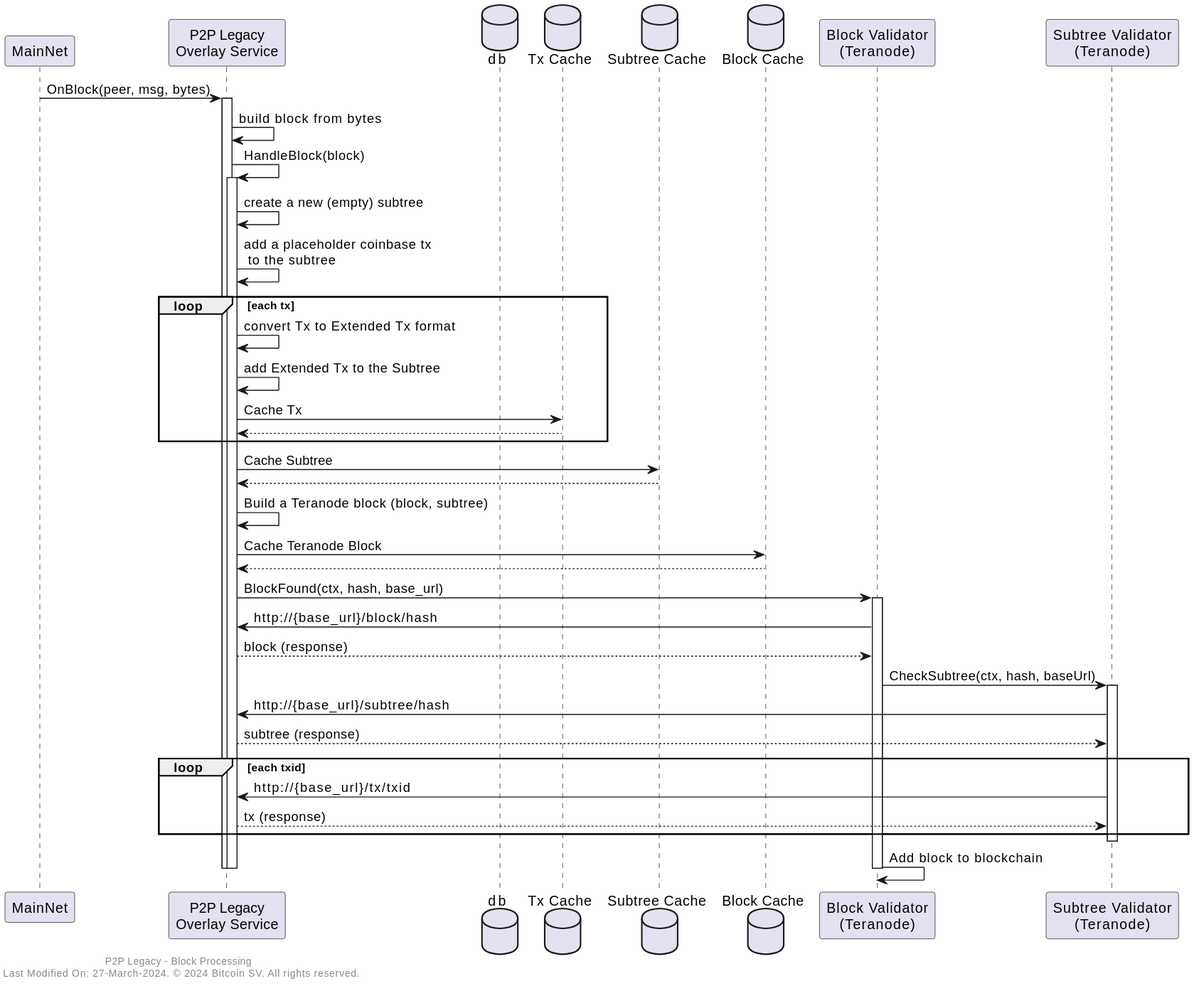
Before: docs/services/img/plantuml/legacyp2p/legacy_p2p_bsv_to_teranode_process_new_blocks.svg, a diagram exported from PlantUML (freemans13/teranode).
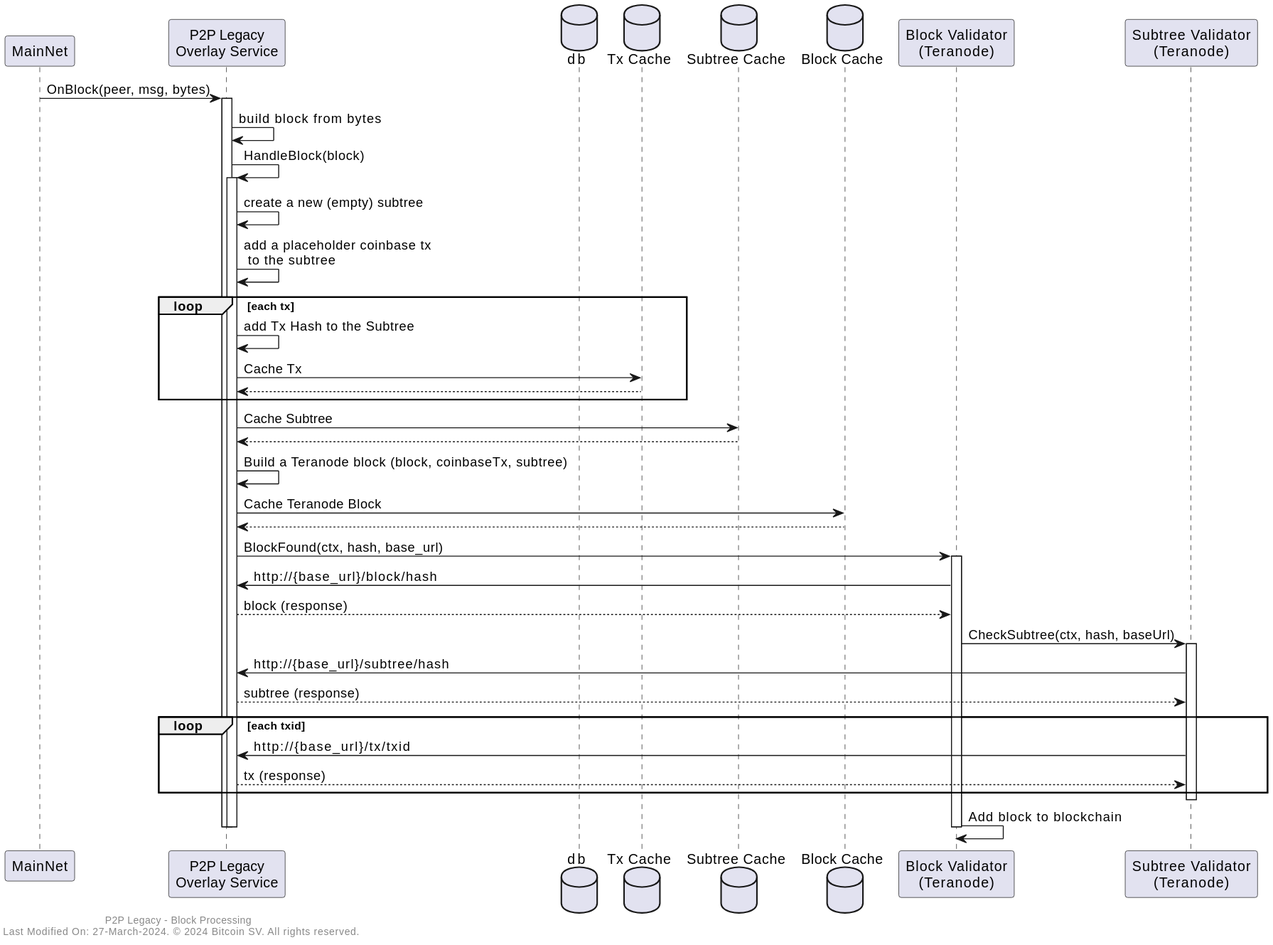
Later version of the same file.

Commit message:
Documentation - Legacy Gateway - doc updates.

Diff of the diagram source:
```diff
@@ -20,8 +20,7 @@
 legacy -> legacy: add a placeholder coinbase tx\n to the subtree
 
 loop each tx
-    legacy -> legacy: convert Tx to Extended Tx format
-    legacy -> legacy: add Extended Tx to the Subtree
+    legacy -> legacy: add Tx Hash to the Subtree
     legacy -> txCache: Cache Tx
     txCache --> legacy
 end
@@ -29,7 +28,7 @@
 legacy -> subtreeCache: Cache Subtree
 subtreeCache --> legacy
 
-legacy -> legacy: Build a Teranode block (block, subtree)
+legacy -> legacy: Build a Teranode block (block, coinbaseTx, subtree)
 
 legacy -> blockCache: Cache Teranode Block
 blockCache --> legacy
```
